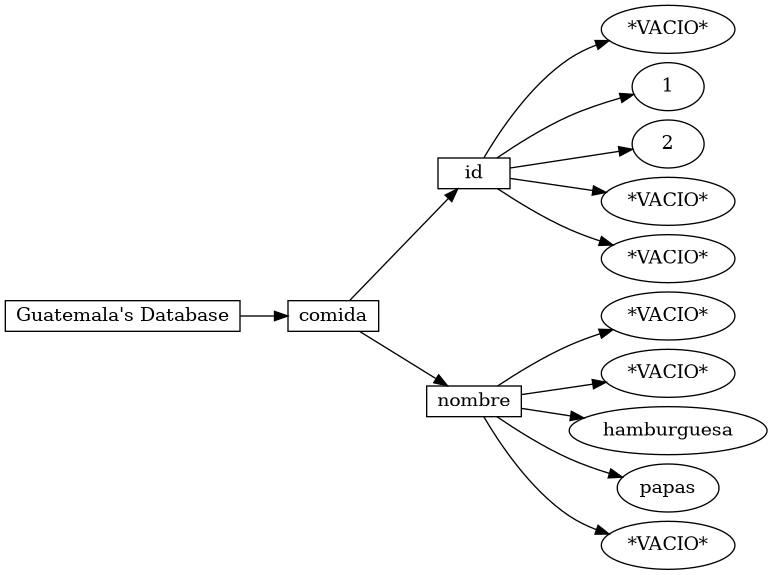
The Graphviz diagram Docs/Grafico.png in Fxhnd13/EstructuraDeDatos_Proyecto_2, before a commit. Its source is kept beside it as Docs/Grafico.dot.
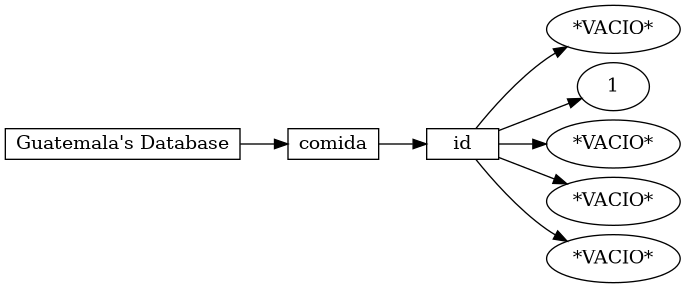
The same file after the commit.

What changed in the source:
```diff
@@ -11,21 +11,9 @@
      node2 -> node4;
      node4 [label="1"];
      node2 -> node5;
-     node5 [label="2"];
+     node5 [label="*VACIO*"];
      node2 -> node6;
      node6 [label="*VACIO*"];
      node2 -> node7;
      node7 [label="*VACIO*"];
-     node1 -> node8;
-     node8 [label="nombre", shape=record, height=.1];
-     node8 -> node9;
-     node9 [label="*VACIO*"];
-     node8 -> node10;
-     node10 [label="*VACIO*"];
-     node8 -> node11;
-     node11 [label="hamburguesa"];
-     node8 -> node12;
-     node12 [label="papas"];
-     node8 -> node13;
-     node13 [label="*VACIO*"];
 }
```
